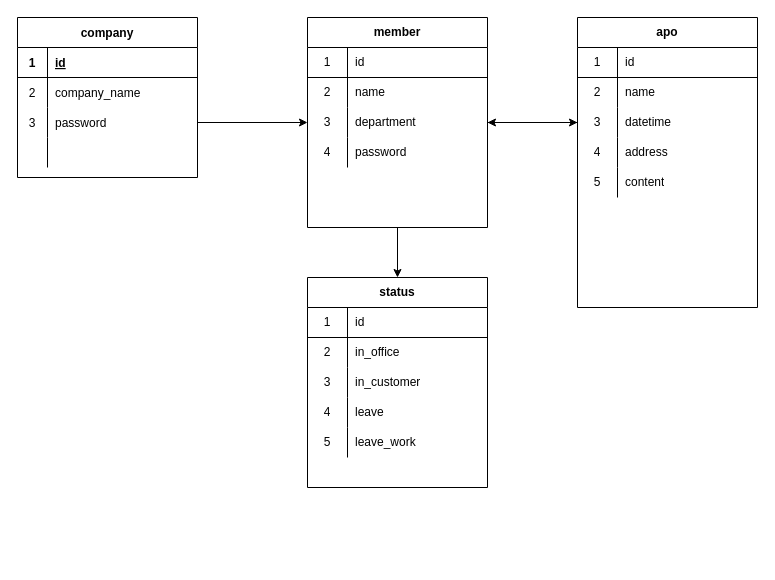
Above: er.dio in otsy0213/portfolio_app (draw.io), before the change. Source tidied: cells renumbered, new cells numbered last; positions are measured from the earlier drawing's top-left corner, leaving out a move shared by most shapes. Both pictures are drawn from the tidied source at 100%, with x=0, y=0 at pixel (17, 17).
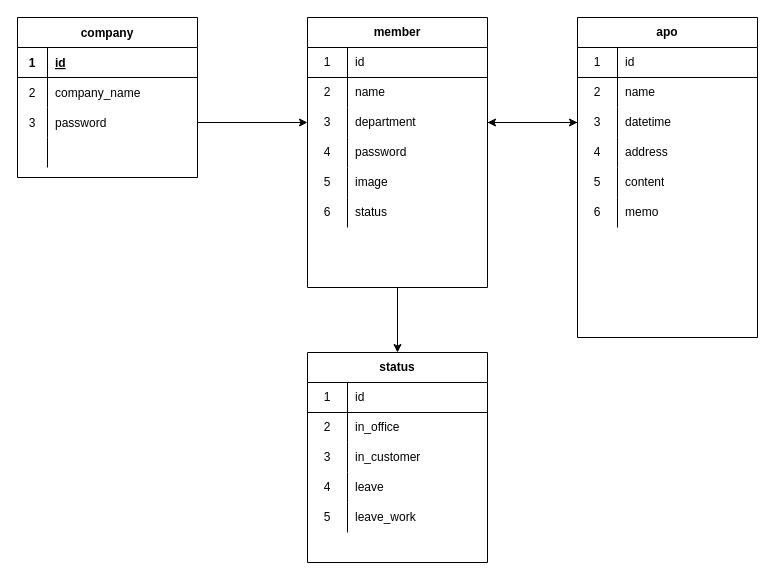
The same diagram, later.

The edit, as a diff of the source:
```diff
@@
     <mxCell id="3" value="member" style="shape=table;html=1;whiteSpace=wrap;startSize=30;childLayout=tableLayout;rowLines=0;fontStyle=1;align=center;" parent="1" vertex="1">
-      <mxGeometry x="290" width="180" height="210" as="geometry" />
+      <mxGeometry x="290" width="180" height="270" as="geometry" />
     </mxCell>
@@
+    <mxCell id="64" style="shape=partialRectangle;html=1;whiteSpace=wrap;fillColor=none;top=0;left=0;bottom=0;right=0;" parent="3" vertex="1">
+      <mxGeometry y="150" width="180" height="30" as="geometry" />
+    </mxCell>
+    <mxCell id="65" value="5" style="shape=partialRectangle;html=1;whiteSpace=wrap;fillColor=none;top=0;left=0;bottom=0;right=0;overflow=hidden;" parent="64" vertex="1">
+      <mxGeometry width="40" height="30" as="geometry" />
+    </mxCell>
+    <mxCell id="66" value="image" style="shape=partialRectangle;html=1;whiteSpace=wrap;fillColor=none;top=0;left=0;bottom=0;right=0;align=left;spacingLeft=6;overflow=hidden;" parent="64" vertex="1">
+      <mxGeometry x="40" width="140" height="30" as="geometry" />
+    </mxCell>
+    <mxCell id="67" style="shape=partialRectangle;html=1;whiteSpace=wrap;fillColor=none;top=0;left=0;bottom=0;right=0;" parent="3" vertex="1">
+      <mxGeometry y="180" width="180" height="30" as="geometry" />
+    </mxCell>
+    <mxCell id="68" value="6" style="shape=partialRectangle;html=1;whiteSpace=wrap;fillColor=none;top=0;left=0;bottom=0;right=0;overflow=hidden;" parent="67" vertex="1">
+      <mxGeometry width="40" height="30" as="geometry" />
+    </mxCell>
+    <mxCell id="69" value="status" style="shape=partialRectangle;html=1;whiteSpace=wrap;fillColor=none;top=0;left=0;bottom=0;right=0;align=left;spacingLeft=6;overflow=hidden;" parent="67" vertex="1">
+      <mxGeometry x="40" width="140" height="30" as="geometry" />
+    </mxCell>
     <mxCell id="16" value="apo" style="shape=table;html=1;whiteSpace=wrap;startSize=30;childLayout=tableLayout;rowLines=0;fontStyle=1;align=center;" parent="1" vertex="1">
-      <mxGeometry x="560" width="180" height="290" as="geometry" />
+      <mxGeometry x="560" width="180" height="320" as="geometry" />
     </mxCell>
@@
+    <mxCell id="70" style="shape=partialRectangle;html=1;whiteSpace=wrap;fillColor=none;top=0;left=0;bottom=0;right=0;" parent="16" vertex="1">
+      <mxGeometry y="180" width="180" height="30" as="geometry" />
+    </mxCell>
+    <mxCell id="71" value="6" style="shape=partialRectangle;html=1;whiteSpace=wrap;fillColor=none;top=0;left=0;bottom=0;right=0;overflow=hidden;" parent="70" vertex="1">
+      <mxGeometry width="40" height="30" as="geometry" />
+    </mxCell>
+    <mxCell id="72" value="memo" style="shape=partialRectangle;html=1;whiteSpace=wrap;fillColor=none;top=0;left=0;bottom=0;right=0;align=left;spacingLeft=6;overflow=hidden;" parent="70" vertex="1">
+      <mxGeometry x="40" width="140" height="30" as="geometry" />
+    </mxCell>
@@
     <mxCell id="34" value="status" style="shape=table;html=1;whiteSpace=wrap;startSize=30;childLayout=tableLayout;rowLines=0;fontStyle=1;align=center;" parent="1" vertex="1">
-      <mxGeometry x="290" y="260" width="180" height="210" as="geometry" />
+      <mxGeometry x="290" y="335" width="180" height="210" as="geometry" />
     </mxCell>
```
